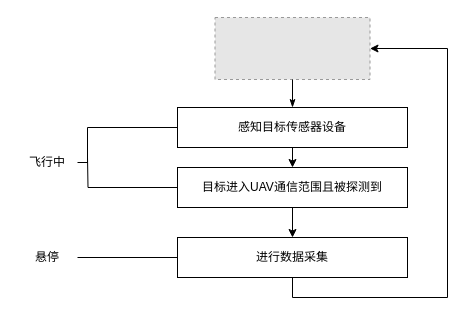
Above: UAVPPT.drawio in AkiraZheng/diagrams (draw.io), before the change. Source tidied: cells renumbered, new cells numbered last; positions are measured from the earlier drawing's top-left corner, leaving out a move shared by most shapes. Both pictures are drawn from the tidied source at 100%, with x=0, y=0 at pixel (17, 17). Pictures stored in the file or linked from it are replaced by grey dashed boxes.
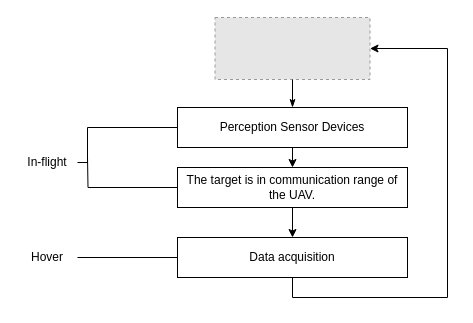
The same diagram, later.

Change to the diagram source:
```diff
@@
 <mxGraphModel>
   <root>
     <mxCell id="0" />
     <mxCell id="1" parent="0" />
     <mxCell id="2" style="fillColor=#E6E6E6;strokeColor=#999999;dashed=1;verticalLabelPosition=bottom;labelBackgroundColor=default;verticalAlign=top;" parent="1" vertex="1">
       <mxGeometry x="197.5" width="155" height="62" as="geometry" />
     </mxCell>
     <mxCell id="3" style="edgeStyle=orthogonalEdgeStyle;rounded=0;jettySize=auto;html=1;exitX=0;exitY=0.5;exitDx=0;exitDy=0;endArrow=none;endFill=0;" parent="1" edge="1" source="6" target="10">
       <mxGeometry relative="1" as="geometry">
         <Array as="points">
           <mxPoint x="70" y="110" />
           <mxPoint x="70" y="145" />
         </Array>
       </mxGeometry>
     </mxCell>
     <mxCell id="4" style="edgeStyle=orthogonalEdgeStyle;rounded=0;jettySize=auto;html=1;startArrow=classicThin;startFill=1;endArrow=none;endFill=0;" parent="1" edge="1" source="6" target="2">
       <mxGeometry relative="1" as="geometry" />
     </mxCell>
     <mxCell id="5" style="edgeStyle=orthogonalEdgeStyle;rounded=0;jettySize=auto;html=1;exitX=0.5;exitY=1;exitDx=0;exitDy=0;entryX=0.5;entryY=0;entryDx=0;entryDy=0;" parent="1" edge="1" source="6" target="9">
       <mxGeometry relative="1" as="geometry" />
     </mxCell>
-    <mxCell id="6" value="感知目标传感器设备" style="rounded=0;whiteSpace=wrap;html=1;" parent="1" vertex="1">
+    <mxCell id="6" value="Perception Sensor Devices" style="rounded=0;whiteSpace=wrap;html=1;" parent="1" vertex="1">
       <mxGeometry x="160" y="90" width="230" height="40" as="geometry" />
     </mxCell>
     <mxCell id="7" style="edgeStyle=orthogonalEdgeStyle;rounded=0;jettySize=auto;html=1;exitX=0;exitY=0.5;exitDx=0;exitDy=0;endArrow=none;endFill=0;" parent="1" edge="1" source="9">
       <mxGeometry relative="1" as="geometry">
         <mxPoint x="70" y="140" as="targetPoint" />
       </mxGeometry>
     </mxCell>
     <mxCell id="8" style="edgeStyle=orthogonalEdgeStyle;rounded=0;jettySize=auto;html=1;" parent="1" edge="1" source="9" target="12">
       <mxGeometry relative="1" as="geometry" />
     </mxCell>
-    <mxCell id="9" value="目标进入UAV通信范围且被探测到" style="rounded=0;whiteSpace=wrap;html=1;" parent="1" vertex="1">
+    <mxCell id="9" value="The target is in communication range of the UAV." style="rounded=0;whiteSpace=wrap;html=1;" parent="1" vertex="1">
       <mxGeometry x="160" y="150" width="230" height="40" as="geometry" />
     </mxCell>
-    <mxCell id="10" value="飞行中" style="text;html=1;strokeColor=none;fillColor=none;align=center;verticalAlign=middle;whiteSpace=wrap;rounded=0;" parent="1" vertex="1">
+    <mxCell id="10" value="In-flight" style="text;html=1;strokeColor=none;fillColor=none;align=center;verticalAlign=middle;whiteSpace=wrap;rounded=0;" parent="1" vertex="1">
       <mxGeometry y="130" width="60" height="30" as="geometry" />
     </mxCell>
     <mxCell id="11" style="edgeStyle=orthogonalEdgeStyle;rounded=0;jettySize=auto;html=1;exitX=0.5;exitY=1;exitDx=0;exitDy=0;entryX=1;entryY=0.5;entryDx=0;entryDy=0;" parent="1" edge="1" source="12" target="2">
       <mxGeometry relative="1" as="geometry">
         <Array as="points">
           <mxPoint x="275" y="280" />
           <mxPoint x="430" y="280" />
           <mxPoint x="430" y="31" />
         </Array>
       </mxGeometry>
     </mxCell>
-    <mxCell id="12" value="进行数据采集" style="rounded=0;whiteSpace=wrap;html=1;" parent="1" vertex="1">
+    <mxCell id="12" value="Data acquisition" style="rounded=0;whiteSpace=wrap;html=1;" parent="1" vertex="1">
       <mxGeometry x="160" y="220" width="230" height="40" as="geometry" />
     </mxCell>
     <mxCell id="13" style="edgeStyle=orthogonalEdgeStyle;rounded=0;jettySize=auto;html=1;endArrow=none;endFill=0;" parent="1" edge="1" source="14" target="12">
       <mxGeometry relative="1" as="geometry" />
     </mxCell>
-    <mxCell id="14" value="悬停" style="text;html=1;strokeColor=none;fillColor=none;align=center;verticalAlign=middle;whiteSpace=wrap;rounded=0;" parent="1" vertex="1">
+    <mxCell id="14" value="Hover" style="text;html=1;strokeColor=none;fillColor=none;align=center;verticalAlign=middle;whiteSpace=wrap;rounded=0;" parent="1" vertex="1">
       <mxGeometry y="225" width="60" height="30" as="geometry" />
     </mxCell>
   </root>
 </mxGraphModel>
```
